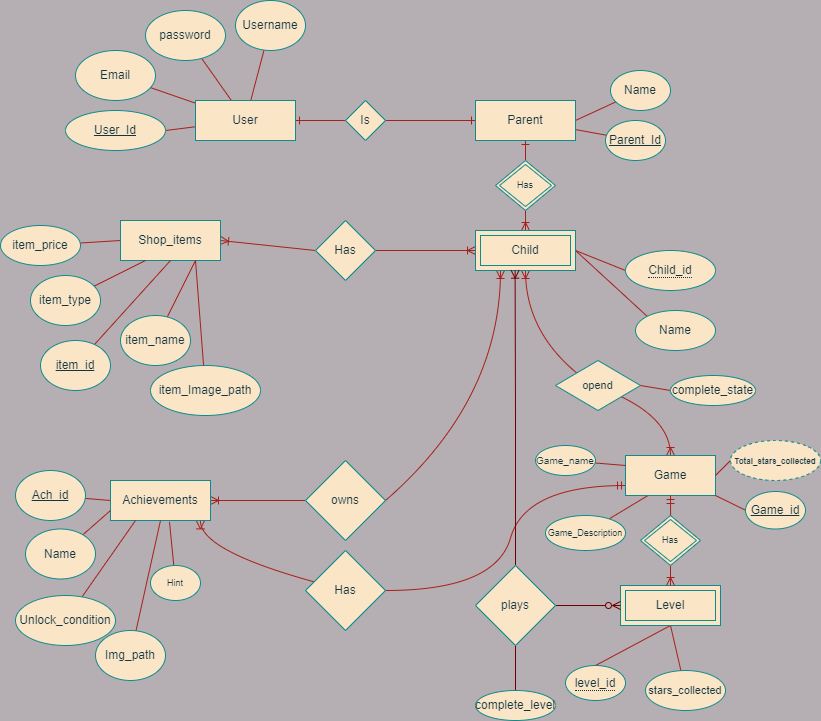
LUDOOS/LUDOSDOCS keeps this draw.io diagram as Diagrams/images/Database_Erd v2.drawio.png. Above is the earlier version. Source tidied: cells renumbered, new cells last; positions are measured from the earlier drawing's top-left corner, leaving out a move shared by most shapes.
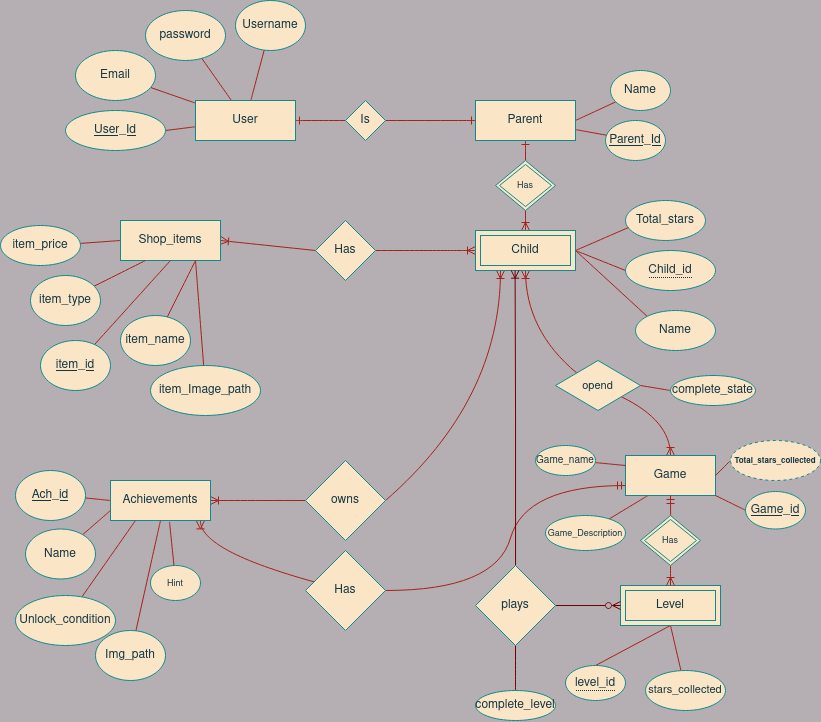
Above is the later version.

Diff of the diagram source:
```diff
@@ -277,5 +277,13 @@
     <mxCell id="85" value="plays" style="rhombus;whiteSpace=wrap;html=1;fillColor=#FAE5C7;strokeColor=#0F8B8D;fontColor=#143642;rounded=0;" parent="1" vertex="1">
       <mxGeometry x="475" y="565" width="80" height="80" as="geometry" />
     </mxCell>
+    <mxCell id="86" value="Total_stars" style="ellipse;whiteSpace=wrap;html=1;rounded=0;fillColor=#FAE5C7;strokeColor=#0F8B8D;fontColor=#143642;" parent="1" vertex="1">
+      <mxGeometry x="625" y="200" width="80" height="40" as="geometry" />
+    </mxCell>
+    <mxCell id="87" style="edgeStyle=none;rounded=0;jettySize=auto;html=1;entryX=0.038;entryY=0.675;entryDx=0;entryDy=0;endArrow=none;endFill=0;labelBackgroundColor=#DAD2D8;strokeColor=#A8201A;fontColor=#143642;curved=1;entryPerimeter=0;" parent="1" edge="1" target="86">
+      <mxGeometry relative="1" as="geometry">
+        <mxPoint x="575" y="250" as="sourcePoint" />
+      </mxGeometry>
+    </mxCell>
   </root>
 </mxGraphModel>
```
